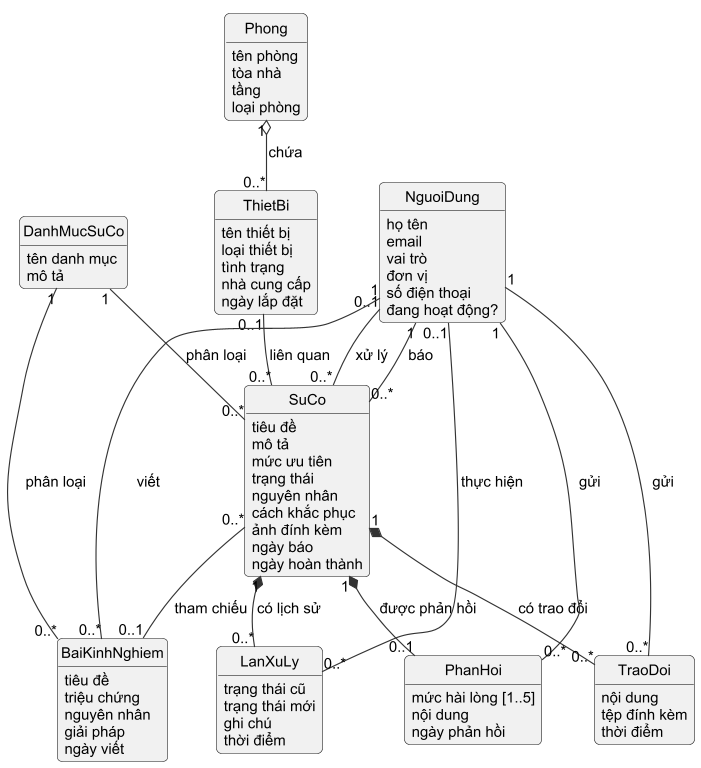
Earlier version of the PlantUML export docs/uml/h2_1_khainiem.png (greyd254/IMS_TEST). Its diagram source:
```plantuml
@startuml h2_1_khainiem
!include _style.iuml
!pragma layout smetana
hide circle
hide methods
hide empty members
skinparam classAttributeIconSize 0

class NguoiDung {
  họ tên
  email
  vai trò
  đơn vị
  số điện thoại
  đang hoạt động?
}
class SuCo {
  tiêu đề
  mô tả
  mức ưu tiên
  trạng thái
  nguyên nhân
  cách khắc phục
  ảnh đính kèm
  ngày báo
  ngày hoàn thành
}
class ThietBi {
  tên thiết bị
  loại thiết bị
  tình trạng
  nhà cung cấp
  ngày lắp đặt
}
class Phong {
  tên phòng
  tòa nhà
  tầng
  loại phòng
}
class DanhMucSuCo {
  tên danh mục
  mô tả
}
class BaiKinhNghiem {
  tiêu đề
  triệu chứng
  nguyên nhân
  giải pháp
  ngày viết
}
class LanXuLy {
  trạng thái cũ
  trạng thái mới
  ghi chú
  thời điểm
}
class PhanHoi {
  mức hài lòng [1..5]
  nội dung
  ngày phản hồi
}
class TraoDoi {
  nội dung
  tệp đính kèm
  thời điểm
}

Phong "1" o-- "0..*" ThietBi : chứa >
ThietBi "0..1" -- "0..*" SuCo : liên quan >
DanhMucSuCo "1" -- "0..*" SuCo : phân loại >
DanhMucSuCo "1" -- "0..*" BaiKinhNghiem : phân loại >
SuCo "0..*" -- "0..1" BaiKinhNghiem : tham chiếu >
NguoiDung "1" -- "0..*" SuCo : báo >
NguoiDung "0..1" -- "0..*" SuCo : xử lý >
NguoiDung "1" -- "0..*" BaiKinhNghiem : viết >
SuCo "1" *-- "0..*" LanXuLy : có lịch sử >
SuCo "1" *-- "0..1" PhanHoi : được phản hồi >
SuCo "1" *-- "0..*" TraoDoi : có trao đổi >
NguoiDung "0..1" -- "0..*" LanXuLy : thực hiện >
NguoiDung "1" -- "0..*" PhanHoi : gửi >
NguoiDung "1" -- "0..*" TraoDoi : gửi >
@enduml
```
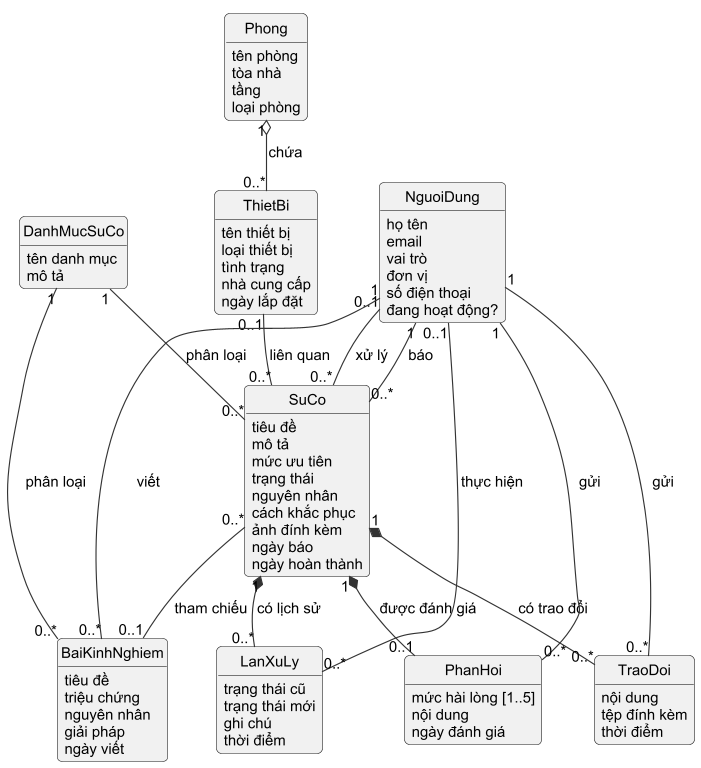
After the change.

What changed in the source:
```diff
@@ -58,7 +58,7 @@
 class PhanHoi {
   mức hài lòng [1..5]
   nội dung
-  ngày phản hồi
+  ngày đánh giá
 }
 class TraoDoi {
   nội dung
@@ -75,7 +75,7 @@
 NguoiDung "0..1" -- "0..*" SuCo : xử lý >
 NguoiDung "1" -- "0..*" BaiKinhNghiem : viết >
 SuCo "1" *-- "0..*" LanXuLy : có lịch sử >
-SuCo "1" *-- "0..1" PhanHoi : được phản hồi >
+SuCo "1" *-- "0..1" PhanHoi : được đánh giá >
 SuCo "1" *-- "0..*" TraoDoi : có trao đổi >
 NguoiDung "0..1" -- "0..*" LanXuLy : thực hiện >
 NguoiDung "1" -- "0..*" PhanHoi : gửi >
```
